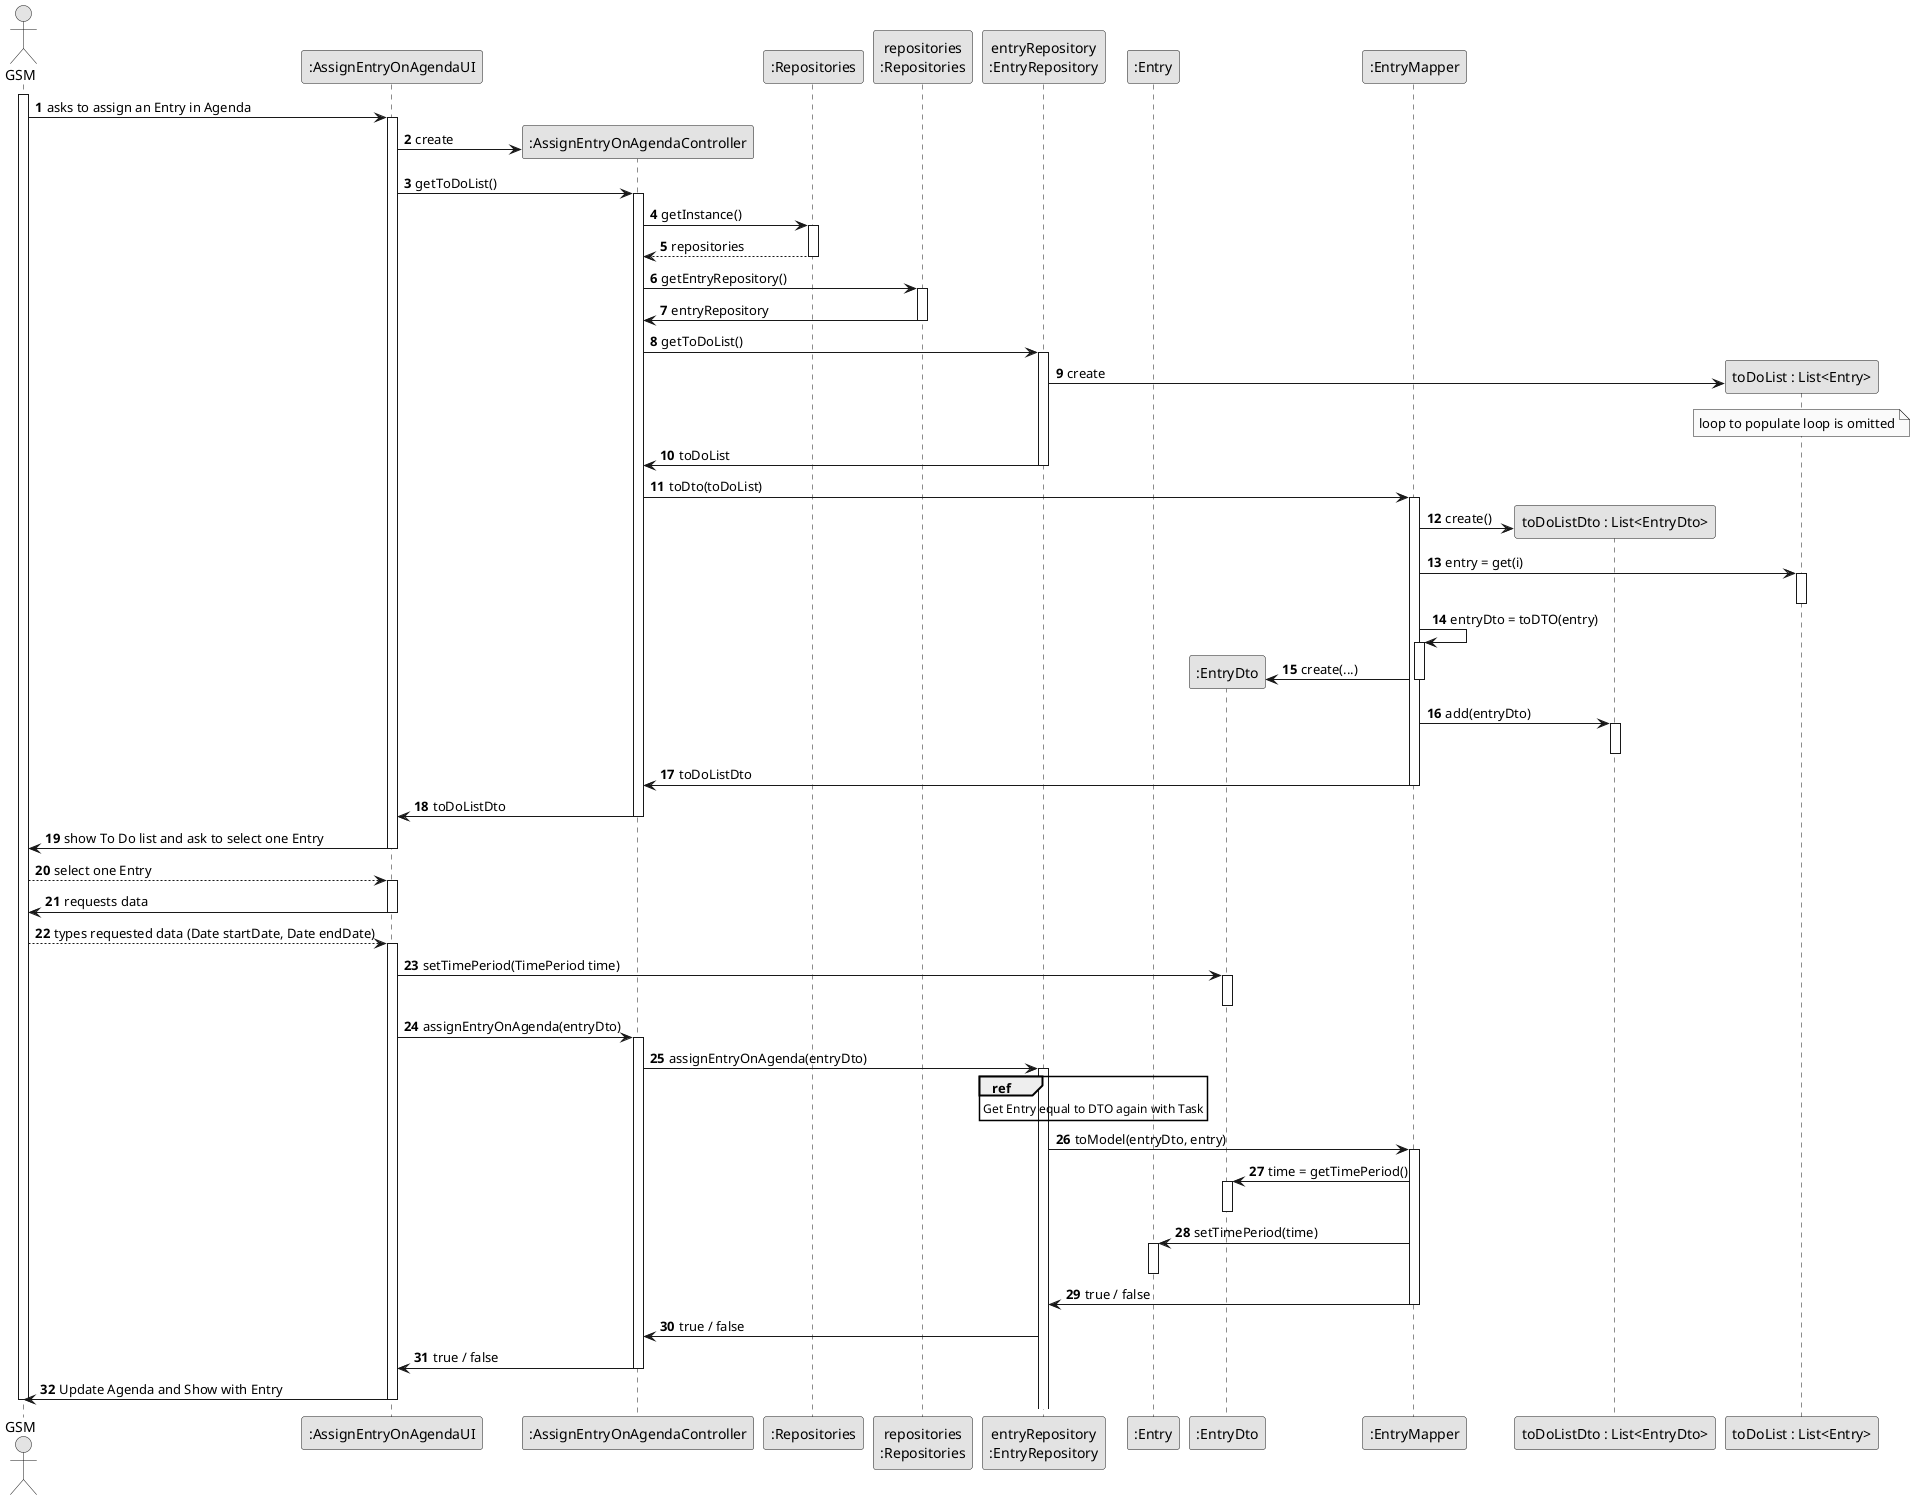
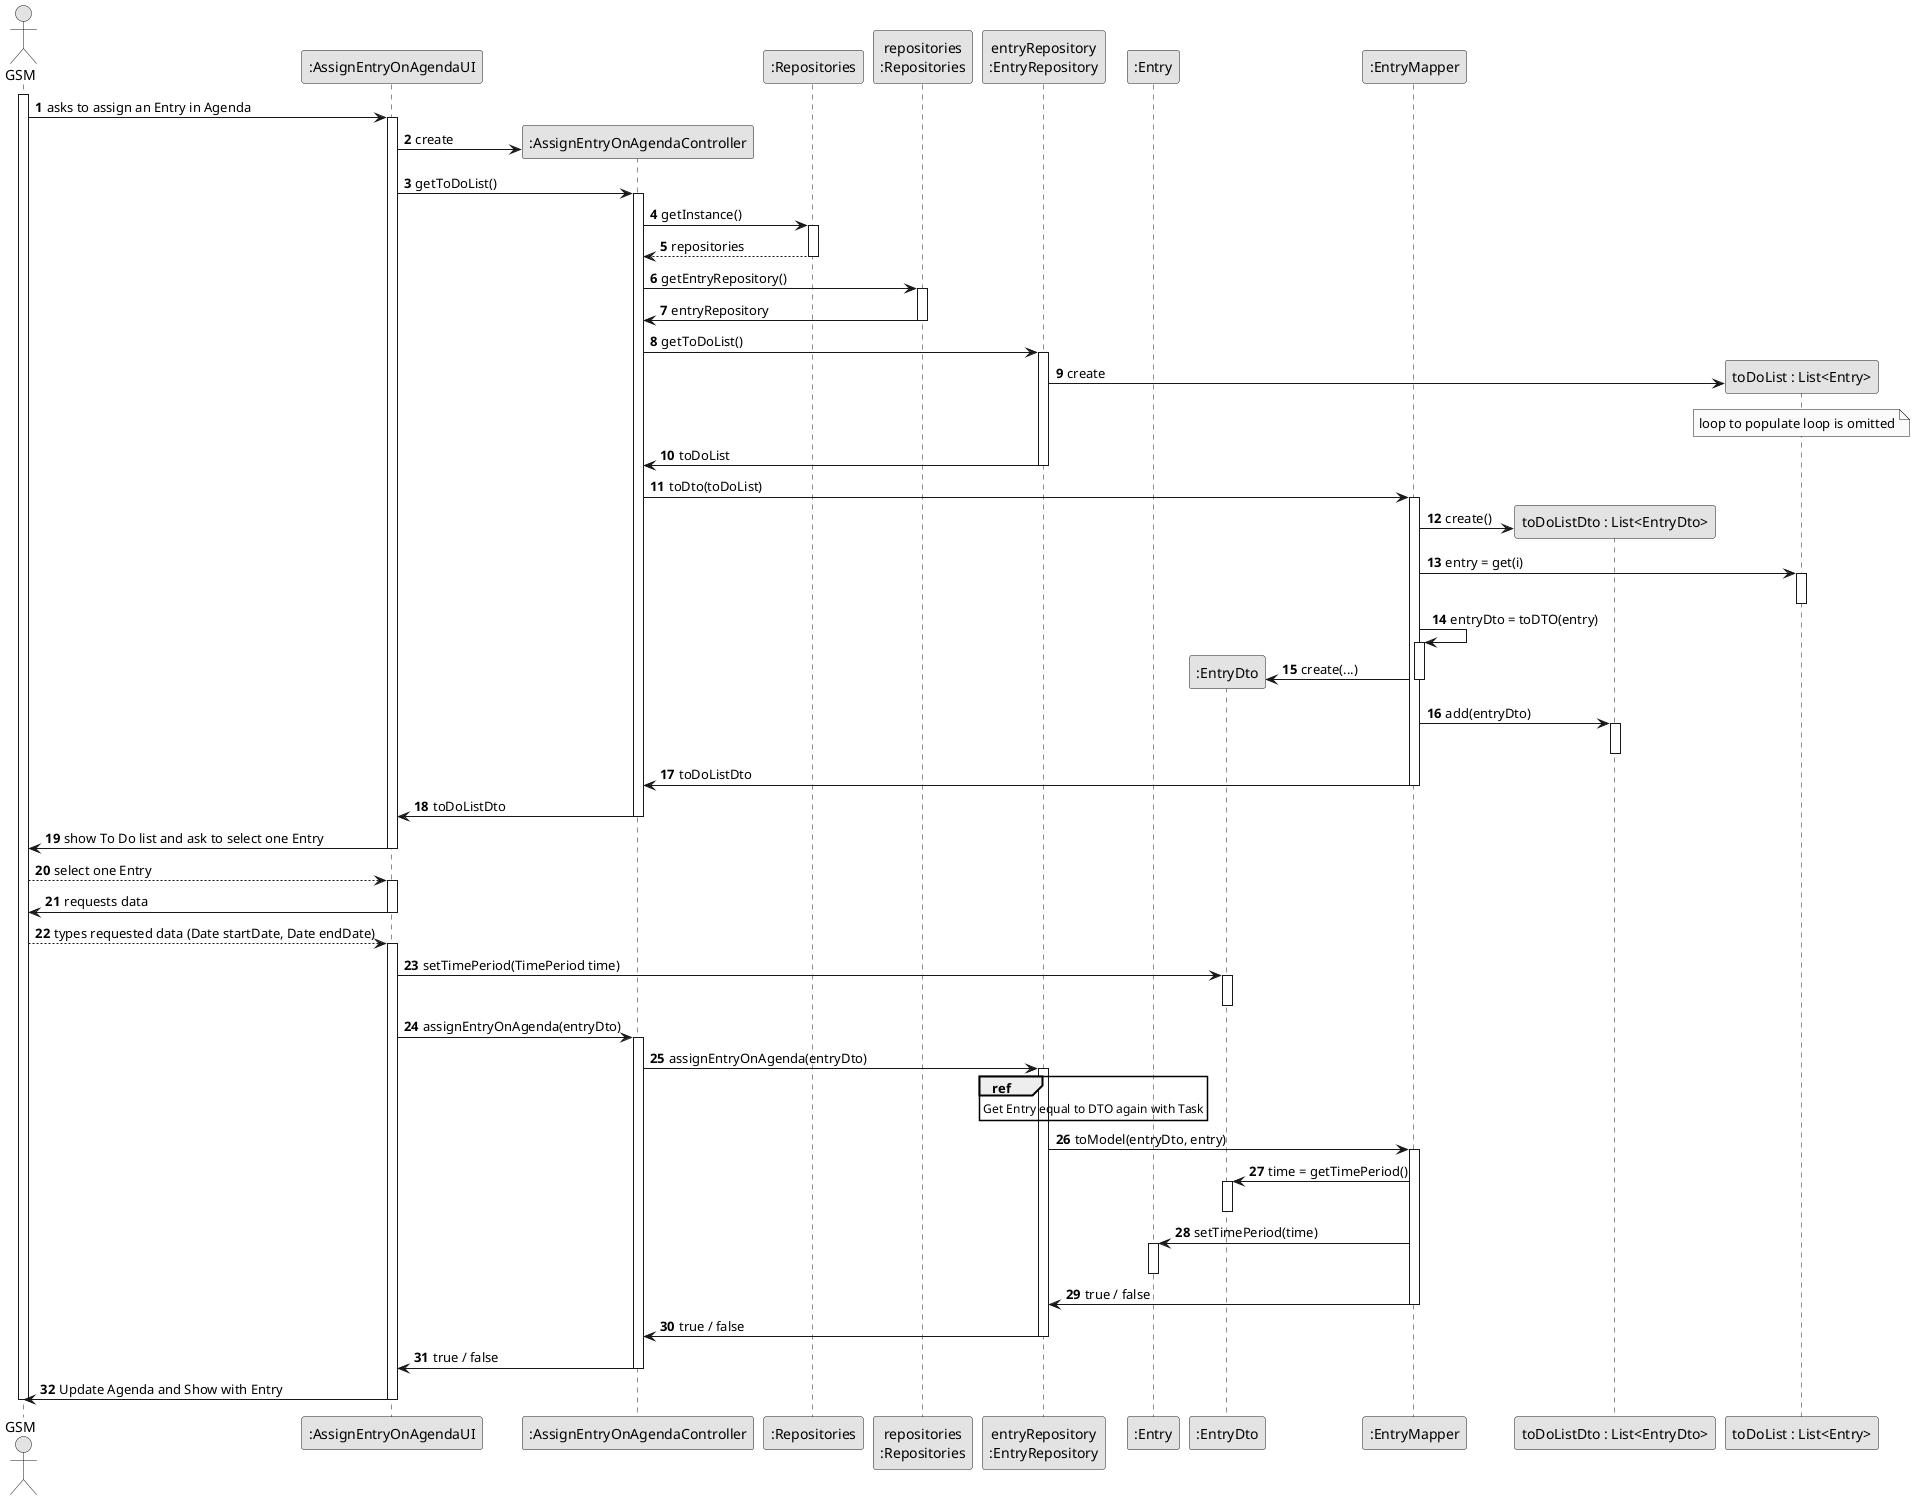
@startuml
skinparam monochrome true
skinparam packageStyle rectangle
skinparam shadowing false

autonumber

'hide footbox
actor "GSM" as GSM
participant ":AssignEntryOnAgendaUI" as UI
participant ":AssignEntryOnAgendaController" as CTRL
participant ":Repositories" as RepositorySingleton
participant "repositories\n:Repositories" as PLAT
participant "entryRepository\n:EntryRepository" as EntryRepository
participant ":Entry" as OBJ
participant ":EntryDto" as DTO
participant ":EntryMapper" as MAPPER
participant "toDoListDto : List<EntryDto>" as ListDTO
participant "toDoList : List<Entry>" as List


activate GSM

        GSM -> UI : asks to assign an Entry in Agenda

        activate UI

'            UI --> GSM : requests data (reference, description,  informal \n description, technical description, duration, cost)
            'create CTRL
            UI -> CTRL** : create

            UI -> CTRL : getToDoList()
            activate CTRL

             CTRL -> RepositorySingleton : getInstance()
                                        activate RepositorySingleton

                                            RepositorySingleton --> CTRL: repositories
                                        deactivate RepositorySingleton

                                        CTRL -> PLAT : getEntryRepository()
                                        activate PLAT

                                        PLAT -> CTRL : entryRepository
                                        deactivate PLAT

                                        CTRL -> EntryRepository : getToDoList()
                                        activate EntryRepository



                                        EntryRepository -> List** : create

                                        note over List : loop to populate loop is omitted



                                        EntryRepository -> CTRL : toDoList
                                        deactivate EntryRepository

                                        CTRL -> MAPPER : toDto(toDoList)
                                        activate MAPPER

                                        MAPPER -> ListDTO** : create()

                                        MAPPER -> List : entry = get(i)
                                        activate List
                                        deactivate List

                                        MAPPER -> MAPPER : entryDto = toDTO(entry)
                                        activate MAPPER

                                        MAPPER -> DTO**  : create(...)
                                        deactivate MAPPER

                                        MAPPER -> ListDTO : add(entryDto)
                                        activate ListDTO
                                        deactivate ListDTO

                                        MAPPER -> CTRL : toDoListDto
                                        deactivate MAPPER

            CTRL -> UI : toDoListDto
            deactivate CTRL

            UI -> GSM : show To Do list and ask to select one Entry
            deactivate UI

            GSM --> UI : select one Entry
            activate UI

            UI -> GSM : requests data
            deactivate UI

            GSM --> UI : types requested data (Date startDate, Date endDate)
            activate UI

            UI-> DTO : setTimePeriod(TimePeriod time)
            activate DTO
            deactivate DTO

            UI -> CTRL : assignEntryOnAgenda(entryDto)
            activate CTRL

            CTRL -> EntryRepository : assignEntryOnAgenda(entryDto)
            activate EntryRepository

            ref over EntryRepository: Get Entry equal to DTO again with Task

            EntryRepository -> MAPPER : toModel(entryDto, entry)
            activate MAPPER

            MAPPER -> DTO : time = getTimePeriod()
            activate DTO
            deactivate DTO

            MAPPER -> OBJ : setTimePeriod(time)
            activate OBJ
            deactivate OBJ

            MAPPER -> EntryRepository : true / false
            deactivate MAPPER

            EntryRepository -> CTRL : true / false
-             deactivate MAPPER
+             deactivate EntryRepository

            CTRL -> UI : true / false
            deactivate CTRL

    UI -> GSM : Update Agenda and Show with Entry
    deactivate UI

deactivate GSM

@enduml